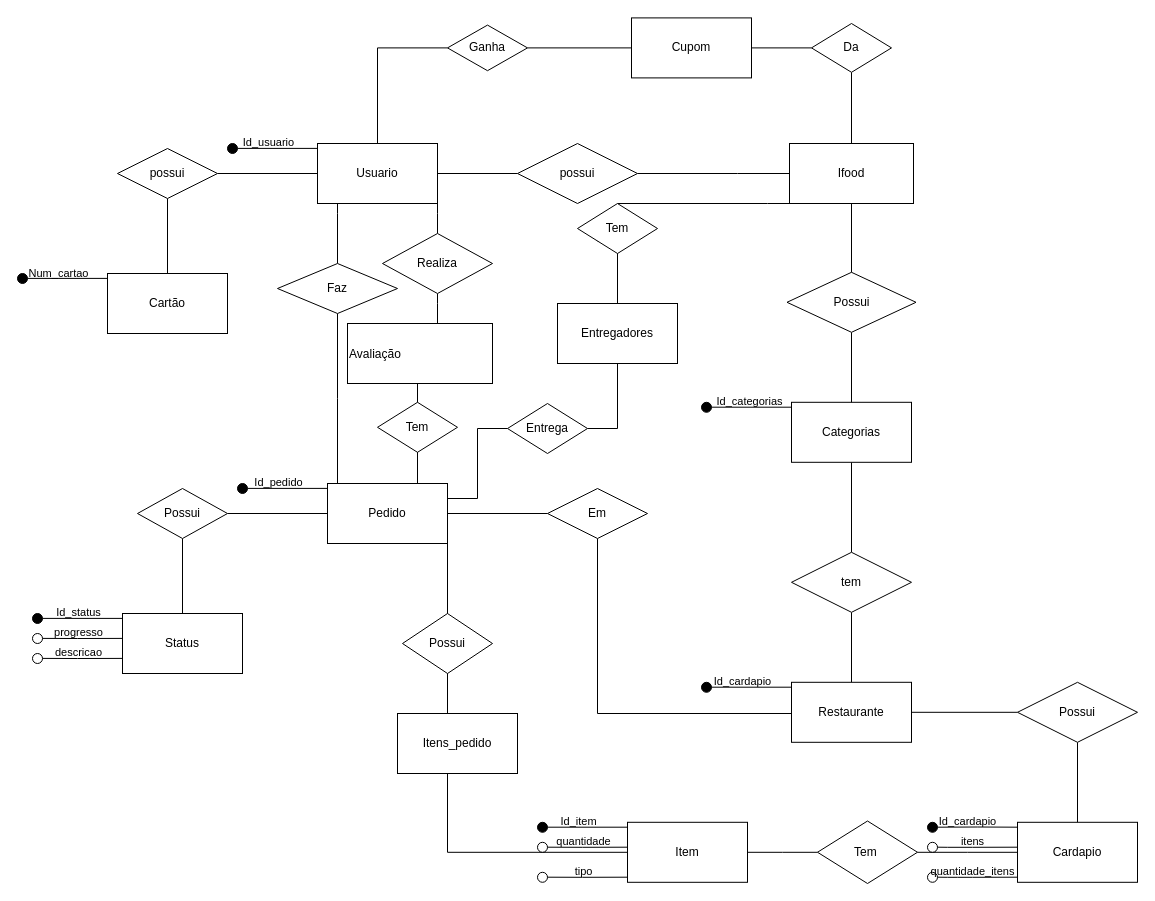
Earlier version of the draw.io diagram Untitled Diagram.drawio (mariaeduaruda/BD-1-atividade). Source tidied: cells renumbered, new cells numbered last; positions are measured from the earlier drawing's top-left corner, leaving out a move shared by most shapes. Both pictures are drawn from the tidied source at 100%, with x=0, y=0 at pixel (17, 17).
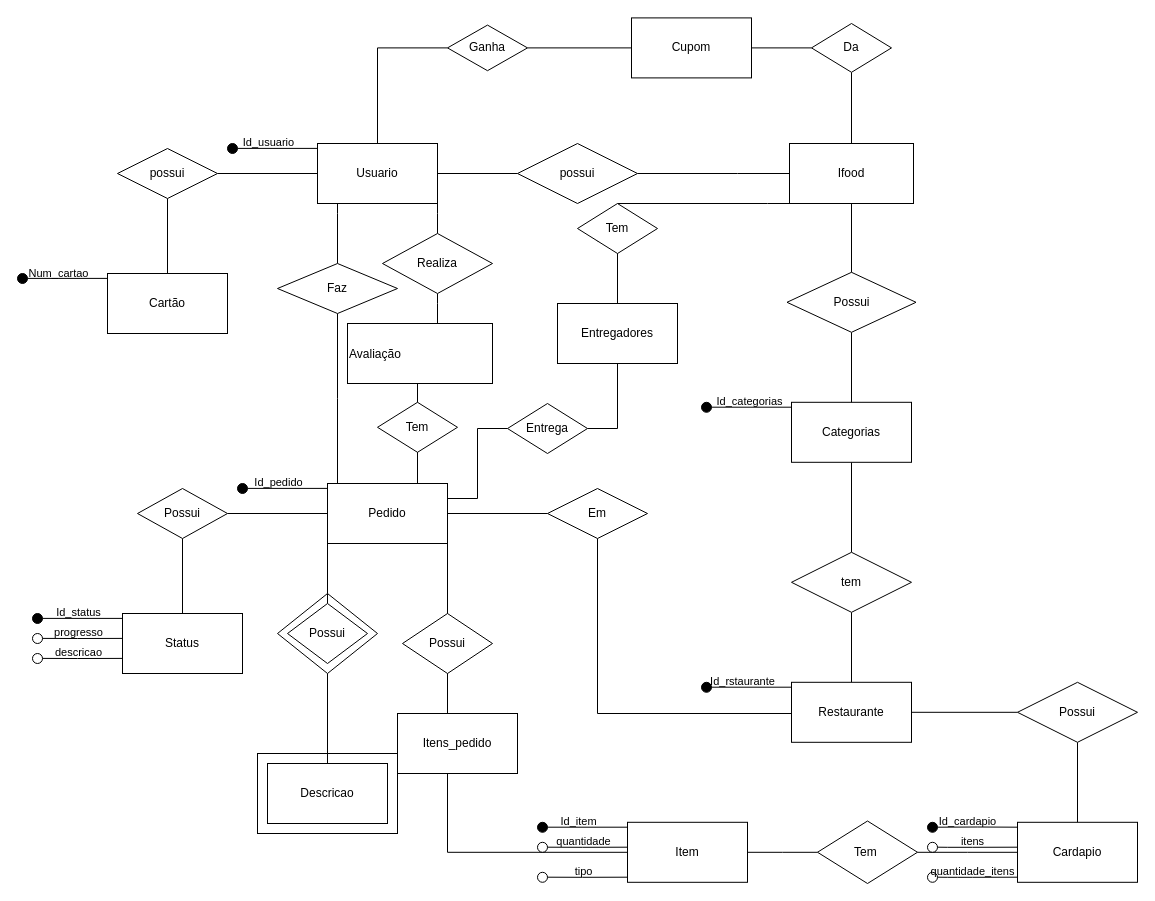
Above is the later version.

The change refers to these unchanged cells:
```xml
<mxCell id="40" value="Pedido" style="rounded=0;whiteSpace=wrap;html=1;align=center;" parent="1" vertex="1">
  <mxGeometry x="310" y="466" width="120" height="60" as="geometry" />
</mxCell>
<mxCell id="70" style="endArrow=none;html=1;rounded=0;" parent="1" edge="1">
  <mxGeometry relative="1" as="geometry">
    <mxPoint x="694" y="669.7" as="sourcePoint" />
    <mxPoint x="774" y="669.7" as="targetPoint" />
  </mxGeometry>
</mxCell>
```

Diff of the diagram source:
```diff
@@
+    <mxCell id="106" style="edgeStyle=orthogonalEdgeStyle;rounded=0;jettySize=auto;html=1;endArrow=none;endFill=0;" parent="1" edge="1" source="40" target="107">
+      <mxGeometry relative="1" as="geometry">
+        <Array as="points">
+          <mxPoint x="310" y="576" />
+          <mxPoint x="310" y="576" />
+        </Array>
+      </mxGeometry>
+    </mxCell>
@@
-    <mxCell id="71" value="Id_cardapio" style="edgeLabel;html=1;align=center;verticalAlign=middle;labelBackgroundColor=none;" parent="70" vertex="1">
+    <mxCell id="71" value="Id_rstaurante" style="edgeLabel;html=1;align=center;verticalAlign=middle;labelBackgroundColor=none;" parent="70" vertex="1">
       <mxGeometry x="-0.38" y="1" relative="1" as="geometry">
         <mxPoint x="5" y="-5" as="offset" />
       </mxGeometry>
     </mxCell>
@@
+    <mxCell id="107" value="Possui" style="rhombus;whiteSpace=wrap;html=1;rounded=0;" parent="1" vertex="1">
+      <mxGeometry x="270" y="586" width="80" height="60" as="geometry" />
+    </mxCell>
+    <mxCell id="108" style="edgeStyle=orthogonalEdgeStyle;rounded=0;jettySize=auto;html=1;endArrow=none;endFill=0;" parent="1" edge="1" source="109" target="110">
+      <mxGeometry relative="1" as="geometry" />
+    </mxCell>
+    <mxCell id="109" style="rhombus;whiteSpace=wrap;html=1;gradientColor=#ffffff;fillColor=none;" parent="1" vertex="1">
+      <mxGeometry x="260" y="576" width="100" height="80" as="geometry" />
+    </mxCell>
+    <mxCell id="110" value="Descricao" style="whiteSpace=wrap;html=1;fillColor=none;gradientColor=#ffffff;" parent="1" vertex="1">
+      <mxGeometry x="250" y="746" width="120" height="60" as="geometry" />
+    </mxCell>
+    <mxCell id="111" style="rounded=0;whiteSpace=wrap;html=1;fillColor=none;gradientColor=#ffffff;" parent="1" vertex="1">
+      <mxGeometry x="240" y="736" width="140" height="80" as="geometry" />
+    </mxCell>
```
